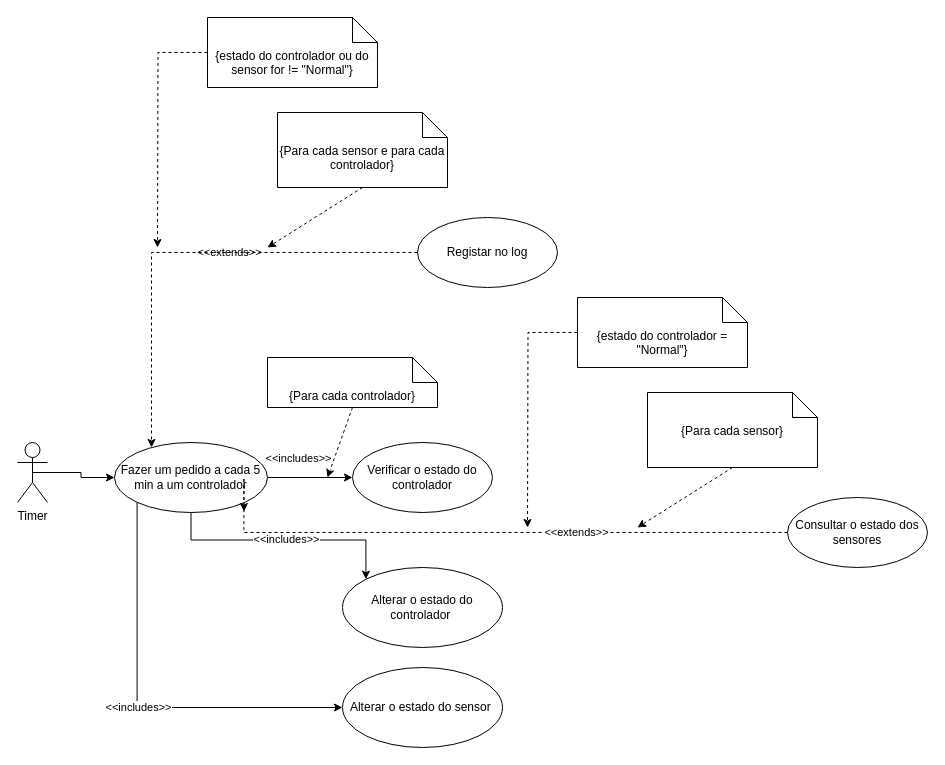
Above: page "Casos de Uso Estado dos sensores" (10 of 12) of Diagrama de Atividades_Trabalho_final.drawio in cunhaestgv/Colheitas (draw.io), before the change. Source tidied: cells renumbered, new cells numbered last; positions are measured from the earlier drawing's top-left corner, leaving out a move shared by most shapes. Both pictures are drawn from the tidied source at 100%, with x=0, y=0 at pixel (17, 17).
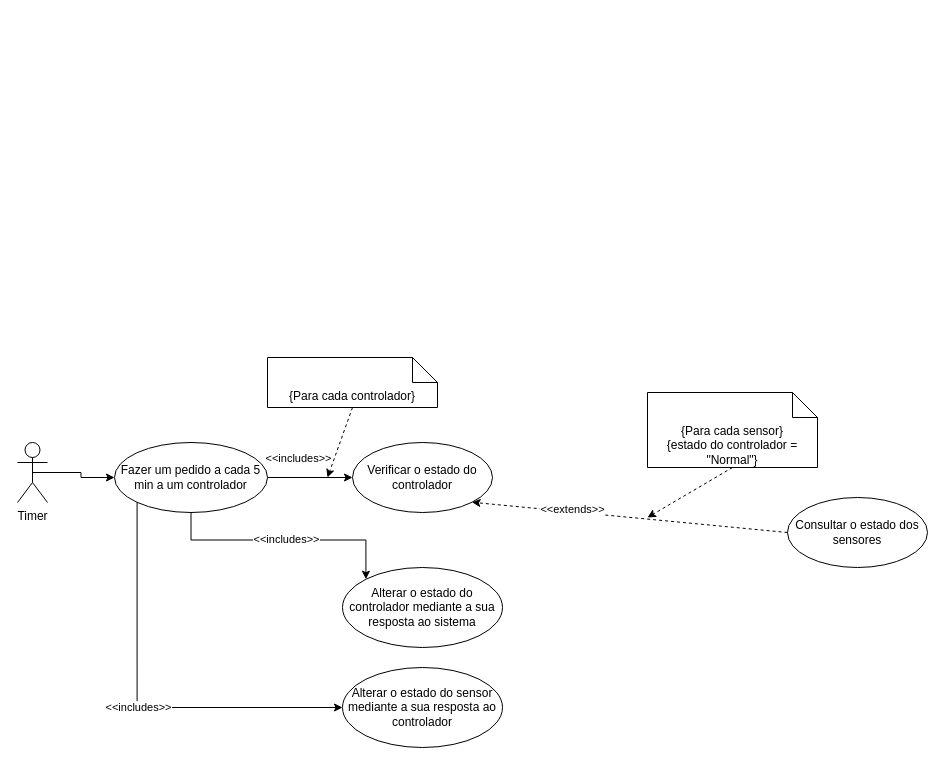
The same page after the edit.

Unchanged cells that the change refers to:
```xml
<mxCell id="4" value="Fazer um pedido a cada 5 min a um controlador" style="ellipse;whiteSpace=wrap;html=1;" parent="1" vertex="1">
  <mxGeometry x="97" y="425" width="153" height="70" as="geometry" />
</mxCell>
<mxCell id="7" value="Verificar o estado do controlador" style="ellipse;whiteSpace=wrap;html=1;" parent="1" vertex="1">
  <mxGeometry x="335" y="425" width="140" height="70" as="geometry" />
</mxCell>
<mxCell id="10" value="Consultar o estado dos sensores" style="ellipse;whiteSpace=wrap;html=1;" parent="1" vertex="1">
  <mxGeometry x="770" y="480" width="140" height="70" as="geometry" />
</mxCell>
```

The edit, as a diff of the source:
```diff
@@
-    <mxCell id="8" style="edgeStyle=orthogonalEdgeStyle;rounded=0;jettySize=auto;html=1;entryX=0.846;entryY=0.986;entryDx=0;entryDy=0;entryPerimeter=0;dashed=1;" parent="1" edge="1" source="10" target="4">
-      <mxGeometry relative="1" as="geometry" />
-    </mxCell>
-    <mxCell id="9" value="&amp;lt;&amp;lt;extends&amp;gt;&amp;gt;" style="edgeLabel;html=1;align=center;verticalAlign=middle;" parent="8" vertex="1">
-      <mxGeometry x="-0.33" y="-1" relative="1" as="geometry" />
-    </mxCell>
@@
-    <mxCell id="12" value="{Para cada sensor}&lt;br&gt;" style="shape=note2;boundedLbl=1;whiteSpace=wrap;html=1;size=25;verticalAlign=top;align=center;" parent="1" vertex="1">
+    <mxCell id="12" value="{Para cada sensor}&lt;br&gt;{estado do controlador = &quot;Normal&quot;}" style="shape=note2;boundedLbl=1;whiteSpace=wrap;html=1;size=25;verticalAlign=top;align=center;" parent="1" vertex="1">
       <mxGeometry x="630" y="375" width="170" height="75" as="geometry" />
     </mxCell>
@@
     <mxCell id="14" style="endArrow=classic;html=1;dashed=1;exitX=0.5;exitY=1;exitDx=0;exitDy=0;exitPerimeter=0;" parent="1" edge="1" source="12">
       <mxGeometry relative="1" as="geometry">
-        <mxPoint x="620" y="510" as="targetPoint" />
+        <mxPoint x="630" y="500" as="targetPoint" />
       </mxGeometry>
     </mxCell>
-    <mxCell id="15" value="Alterar o estado do controlador&amp;nbsp;" style="ellipse;whiteSpace=wrap;html=1;" parent="1" vertex="1">
+    <mxCell id="15" value="Alterar o estado do controlador mediante a sua resposta ao sistema" style="ellipse;whiteSpace=wrap;html=1;" parent="1" vertex="1">
       <mxGeometry x="325" y="550" width="160" height="80" as="geometry" />
     </mxCell>
-    <mxCell id="16" value="Alterar o estado do sensor&amp;nbsp;" style="ellipse;whiteSpace=wrap;html=1;" parent="1" vertex="1">
+    <mxCell id="16" value="Alterar o estado do sensor mediante a sua resposta ao controlador" style="ellipse;whiteSpace=wrap;html=1;" parent="1" vertex="1">
       <mxGeometry x="325" y="650" width="160" height="80" as="geometry" />
     </mxCell>
@@
-    <mxCell id="21" style="edgeStyle=orthogonalEdgeStyle;rounded=0;jettySize=auto;html=1;dashed=1;" parent="1" edge="1" source="22">
-      <mxGeometry relative="1" as="geometry">
-        <mxPoint x="510" y="510" as="targetPoint" />
-      </mxGeometry>
-    </mxCell>
-    <mxCell id="22" value="{estado do controlador = &quot;Normal&quot;}" style="shape=note2;boundedLbl=1;whiteSpace=wrap;html=1;size=25;verticalAlign=top;align=center;" parent="1" vertex="1">
-      <mxGeometry x="560" y="280" width="170" height="70" as="geometry" />
-    </mxCell>
-    <mxCell id="23" value="&amp;lt;&amp;lt;extends&amp;gt;&amp;gt;" style="edgeLabel;html=1;align=center;verticalAlign=middle;" parent="1" vertex="1">
-      <mxGeometry x="211" y="234" as="geometry" />
-    </mxCell>
-    <mxCell id="24" style="edgeStyle=orthogonalEdgeStyle;rounded=0;jettySize=auto;html=1;entryX=0.242;entryY=0.071;entryDx=0;entryDy=0;entryPerimeter=0;dashed=1;" parent="1" edge="1" source="25" target="4">
-      <mxGeometry relative="1" as="geometry" />
-    </mxCell>
-    <mxCell id="25" value="Registar no log" style="ellipse;whiteSpace=wrap;html=1;" parent="1" vertex="1">
-      <mxGeometry x="400" y="200" width="140" height="70" as="geometry" />
-    </mxCell>
-    <mxCell id="26" value="{Para cada sensor e para cada controlador}" style="shape=note2;boundedLbl=1;whiteSpace=wrap;html=1;size=25;verticalAlign=top;align=center;" parent="1" vertex="1">
-      <mxGeometry x="260" y="95" width="170" height="75" as="geometry" />
-    </mxCell>
-    <mxCell id="27" style="endArrow=classic;html=1;dashed=1;exitX=0.5;exitY=1;exitDx=0;exitDy=0;exitPerimeter=0;" parent="1" edge="1" source="26">
-      <mxGeometry relative="1" as="geometry">
-        <mxPoint x="250" y="230" as="targetPoint" />
-      </mxGeometry>
-    </mxCell>
-    <mxCell id="28" style="edgeStyle=orthogonalEdgeStyle;rounded=0;jettySize=auto;html=1;dashed=1;" parent="1" edge="1" source="29">
-      <mxGeometry relative="1" as="geometry">
-        <mxPoint x="140" y="230" as="targetPoint" />
-      </mxGeometry>
-    </mxCell>
-    <mxCell id="29" value="{estado do controlador ou do sensor for != &quot;Normal&quot;}" style="shape=note2;boundedLbl=1;whiteSpace=wrap;html=1;size=25;verticalAlign=top;align=center;" parent="1" vertex="1">
-      <mxGeometry x="190" width="170" height="70" as="geometry" />
-    </mxCell>
+    <mxCell id="30" style="endArrow=classic;html=1;dashed=1;exitX=0;exitY=0.5;exitDx=0;exitDy=0;entryX=1;entryY=1;entryDx=0;entryDy=0;" parent="1" edge="1" source="10" target="7">
+      <mxGeometry relative="1" as="geometry" />
+    </mxCell>
+    <mxCell id="31" value="&amp;lt;&amp;lt;extends&amp;gt;&amp;gt;" style="edgeLabel;html=1;align=center;verticalAlign=middle;" parent="30" vertex="1">
+      <mxGeometry x="0.37" y="-3" relative="1" as="geometry" />
+    </mxCell>
```
